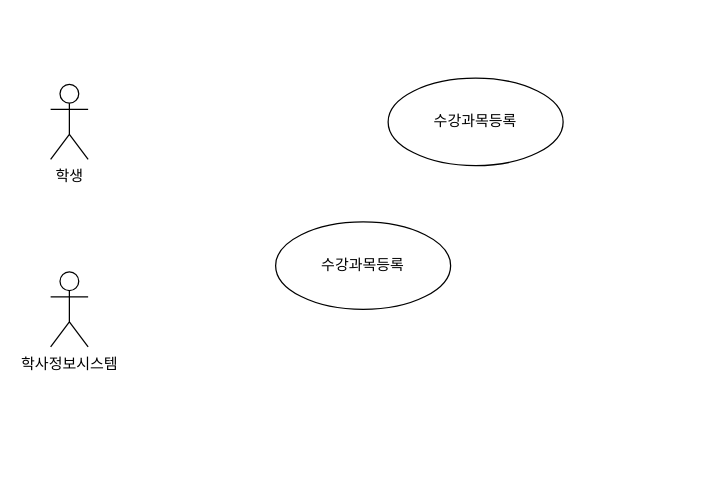
Earlier version of the draw.io diagram doc/02_RA/Team4/대학생을 위한 To do List 관리_진선.drawio (eunbi-kim/24_2_W_SeProj). Source tidied: cells renumbered, new cells numbered last; positions are measured from the earlier drawing's top-left corner, leaving out a move shared by most shapes. Both pictures are drawn from the tidied source at 125%, with x=0, y=0 at pixel (50, 78).
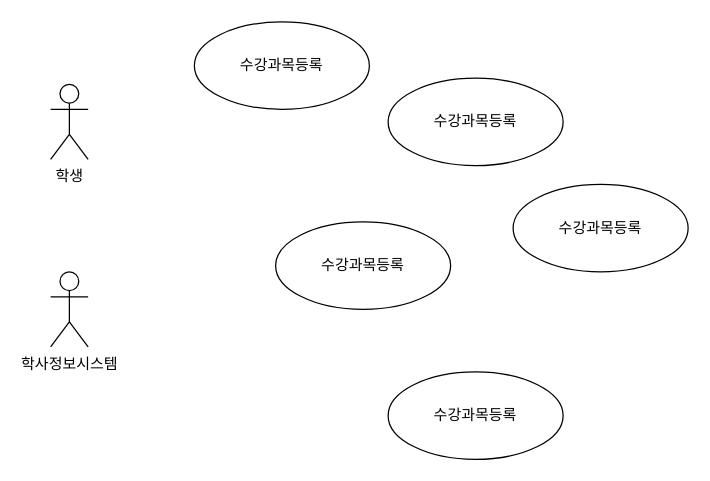
Above is the later version.

Commit message (it also covers changes not shown here):
대학생을 위한 To do List 관리_진선.drawio 업데이트

Change to the diagram source:
```diff
@@
 <mxGraphModel>
   <root>
     <mxCell id="0" />
     <mxCell id="1" parent="0" />
     <mxCell id="2" value="학생" style="shape=umlActor;verticalLabelPosition=bottom;verticalAlign=top;html=1;" parent="1" vertex="1">
       <mxGeometry y="5" width="30" height="60" as="geometry" />
     </mxCell>
     <mxCell id="3" value="학사정보시스템" style="shape=umlActor;verticalLabelPosition=bottom;verticalAlign=top;html=1;" parent="1" vertex="1">
       <mxGeometry y="155" width="30" height="60" as="geometry" />
     </mxCell>
     <mxCell id="4" value="수강과목등록" style="ellipse;whiteSpace=wrap;html=1;strokeColor=default;align=center;verticalAlign=middle;fontFamily=Helvetica;fontSize=12;fontColor=default;fillColor=default;" parent="1" vertex="1">
       <mxGeometry x="180" y="115" width="140" height="70" as="geometry" />
     </mxCell>
     <mxCell id="5" value="수강과목등록" style="ellipse;whiteSpace=wrap;html=1;strokeColor=default;align=center;verticalAlign=middle;fontFamily=Helvetica;fontSize=12;fontColor=default;fillColor=default;" parent="1" vertex="1">
       <mxGeometry x="270" width="140" height="70" as="geometry" />
     </mxCell>
+    <mxCell id="6" value="수강과목등록" style="ellipse;whiteSpace=wrap;html=1;strokeColor=default;align=center;verticalAlign=middle;fontFamily=Helvetica;fontSize=12;fontColor=default;fillColor=default;" parent="1" vertex="1">
+      <mxGeometry x="370" y="85" width="140" height="70" as="geometry" />
+    </mxCell>
+    <mxCell id="7" value="수강과목등록" style="ellipse;whiteSpace=wrap;html=1;strokeColor=default;align=center;verticalAlign=middle;fontFamily=Helvetica;fontSize=12;fontColor=default;fillColor=default;" parent="1" vertex="1">
+      <mxGeometry x="270" y="235" width="140" height="70" as="geometry" />
+    </mxCell>
+    <mxCell id="8" value="수강과목등록" style="ellipse;whiteSpace=wrap;html=1;strokeColor=default;align=center;verticalAlign=middle;fontFamily=Helvetica;fontSize=12;fontColor=default;fillColor=default;" parent="1" vertex="1">
+      <mxGeometry x="115" y="-45" width="140" height="70" as="geometry" />
+    </mxCell>
   </root>
 </mxGraphModel>
```
